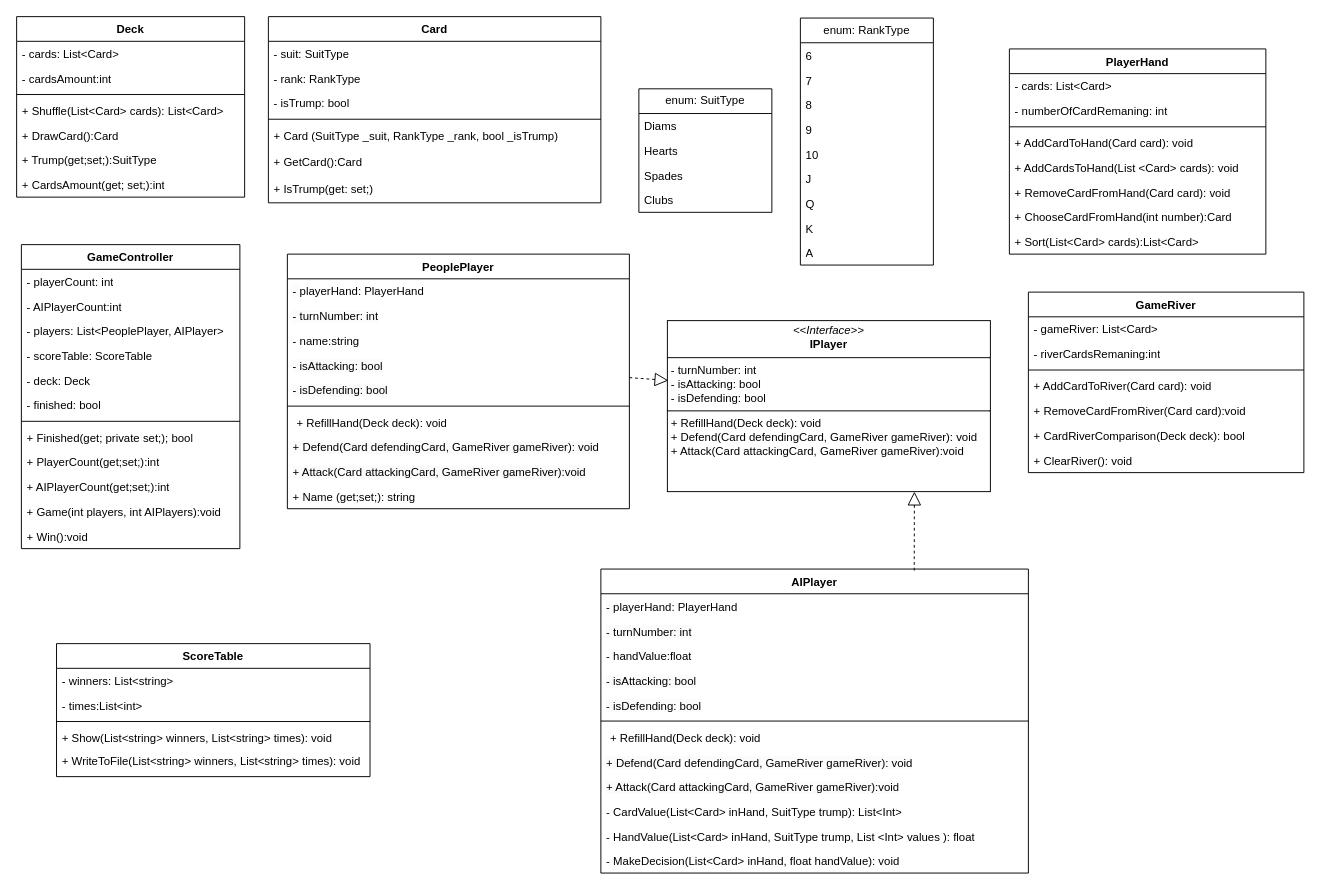
This is Docs/ДуракМодель.drawio from Stebusha/TheFool, a draw.io file, before an edit. Source tidied: cells renumbered, new cells numbered last; positions are measured from the earlier drawing's top-left corner, leaving out a move shared by most shapes. Both pictures are drawn from the tidied source at 95%, with x=0, y=0 at pixel (16, 16).
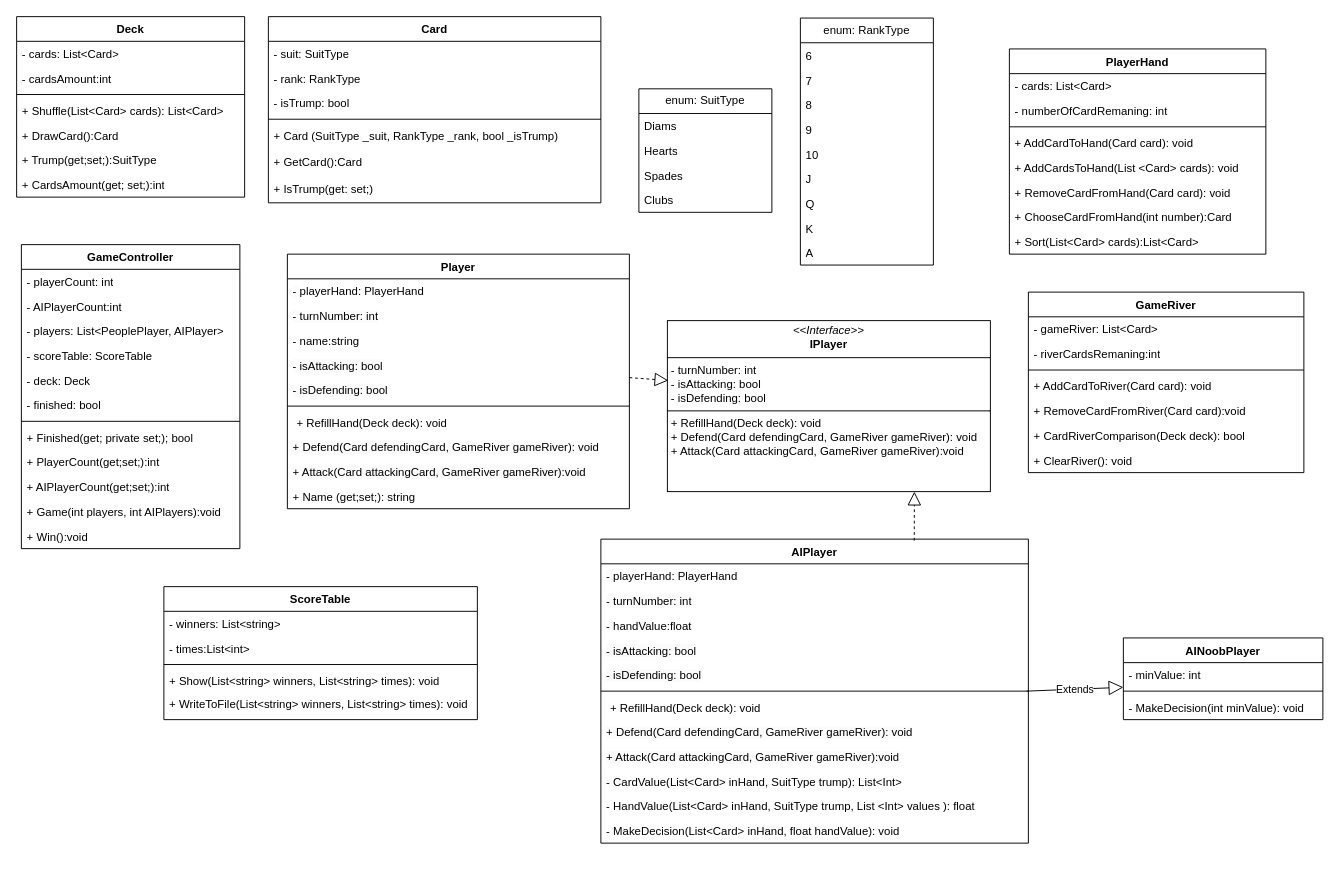
After the change.

The change refers to these unchanged cells:
```xml
<mxCell id="71" value="&lt;p style=&quot;margin: 0px 0px 0px 4px;&quot;&gt;+ RefillHand(Deck deck): void&lt;/p&gt;" style="text;strokeColor=none;fillColor=none;align=left;verticalAlign=top;spacingLeft=4;spacingRight=4;overflow=hidden;points=[[0,0.5],[1,0.5]];portConstraint=eastwest;whiteSpace=wrap;html=1;" parent="64" vertex="1">
  <mxGeometry y="164" width="450" height="26" as="geometry" />
</mxCell>
```

Diff of the diagram source:
```diff
@@
     <mxCell id="39" value="ScoreTable" style="swimlane;fontStyle=1;align=center;verticalAlign=top;horizontal=1;startSize=26;whiteSpace=wrap;html=1;" parent="1" vertex="1">
-      <mxGeometry x="42" y="660" width="330" height="140" as="geometry" />
+      <mxGeometry x="155" y="600" width="330" height="140" as="geometry" />
     </mxCell>
@@
-    <mxCell id="45" value="PeoplePlayer" style="swimlane;fontStyle=1;align=center;verticalAlign=top;horizontal=1;startSize=26;whiteSpace=wrap;html=1;" parent="1" vertex="1">
+    <mxCell id="45" value="Player" style="swimlane;fontStyle=1;align=center;verticalAlign=top;horizontal=1;startSize=26;whiteSpace=wrap;html=1;" parent="1" vertex="1">
       <mxGeometry x="285" y="250" width="360" height="268" as="geometry" />
     </mxCell>
@@
     <mxCell id="64" value="AIPlayer" style="swimlane;fontStyle=1;align=center;verticalAlign=top;horizontal=1;startSize=26;whiteSpace=wrap;html=1;" parent="1" vertex="1">
-      <mxGeometry x="615" y="581.5" width="450" height="320" as="geometry" />
+      <mxGeometry x="615" y="550" width="450" height="320" as="geometry" />
     </mxCell>
@@
+    <mxCell id="96" value="Extends" style="endArrow=block;endSize=13;endFill=0;html=1;rounded=0;exitX=0.996;exitY=-0.154;exitDx=0;exitDy=0;exitPerimeter=0;strokeWidth=1;" parent="1" edge="1" source="71">
+      <mxGeometry relative="1" as="geometry">
+        <mxPoint x="1165" y="706" as="targetPoint" />
+      </mxGeometry>
+    </mxCell>
+    <mxCell id="97" value="AINoobPlayer" style="swimlane;fontStyle=1;align=center;verticalAlign=top;horizontal=1;startSize=26;whiteSpace=wrap;html=1;" parent="1" vertex="1">
+      <mxGeometry x="1165" y="654" width="210" height="86" as="geometry" />
+    </mxCell>
+    <mxCell id="98" value="- minValue: int" style="text;strokeColor=none;fillColor=none;align=left;verticalAlign=top;spacingLeft=4;spacingRight=4;overflow=hidden;whiteSpace=wrap;html=1;" parent="97" vertex="1">
+      <mxGeometry y="26" width="210" height="26" as="geometry" />
+    </mxCell>
+    <mxCell id="99" style="line;strokeWidth=1;fillColor=none;align=left;verticalAlign=middle;spacingTop=-1;spacingLeft=3;spacingRight=3;labelPosition=right;strokeColor=inherit;" parent="97" vertex="1">
+      <mxGeometry y="52" width="210" height="8" as="geometry" />
+    </mxCell>
+    <mxCell id="100" value="- MakeDecision(int minValue): void" style="text;strokeColor=none;fillColor=none;align=left;verticalAlign=top;spacingLeft=4;spacingRight=4;overflow=hidden;whiteSpace=wrap;html=1;" parent="97" vertex="1">
+      <mxGeometry y="60" width="210" height="26" as="geometry" />
+    </mxCell>
```
